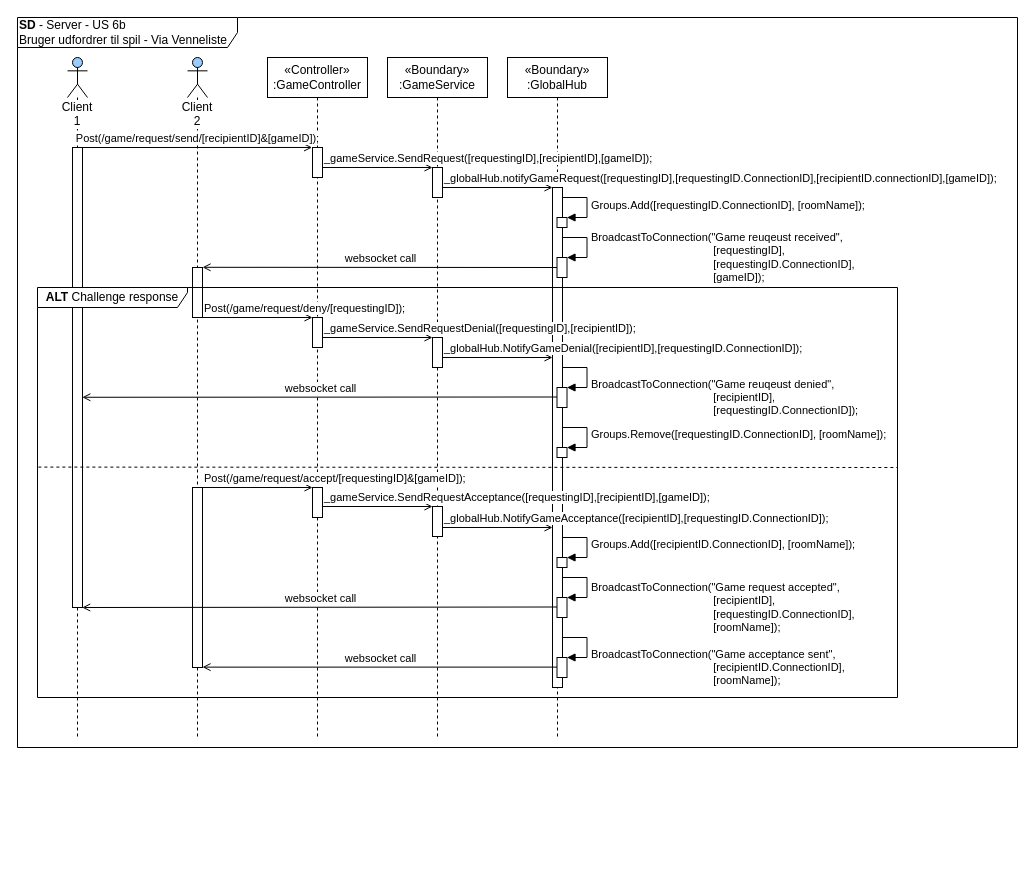
Macradon/I7BAC-PlugNPlay keeps this draw.io diagram as page "SD-Server" (2 of 2) of diagrams/arkitektur/US6b_challenge-friendslist.drawio. Above is the earlier version. Source tidied: cells renumbered, new cells numbered last; positions are measured from the earlier drawing's top-left corner, leaving out a move shared by most shapes. Both pictures are drawn from the tidied source at 100%, with x=0, y=0 at pixel (17, 17).
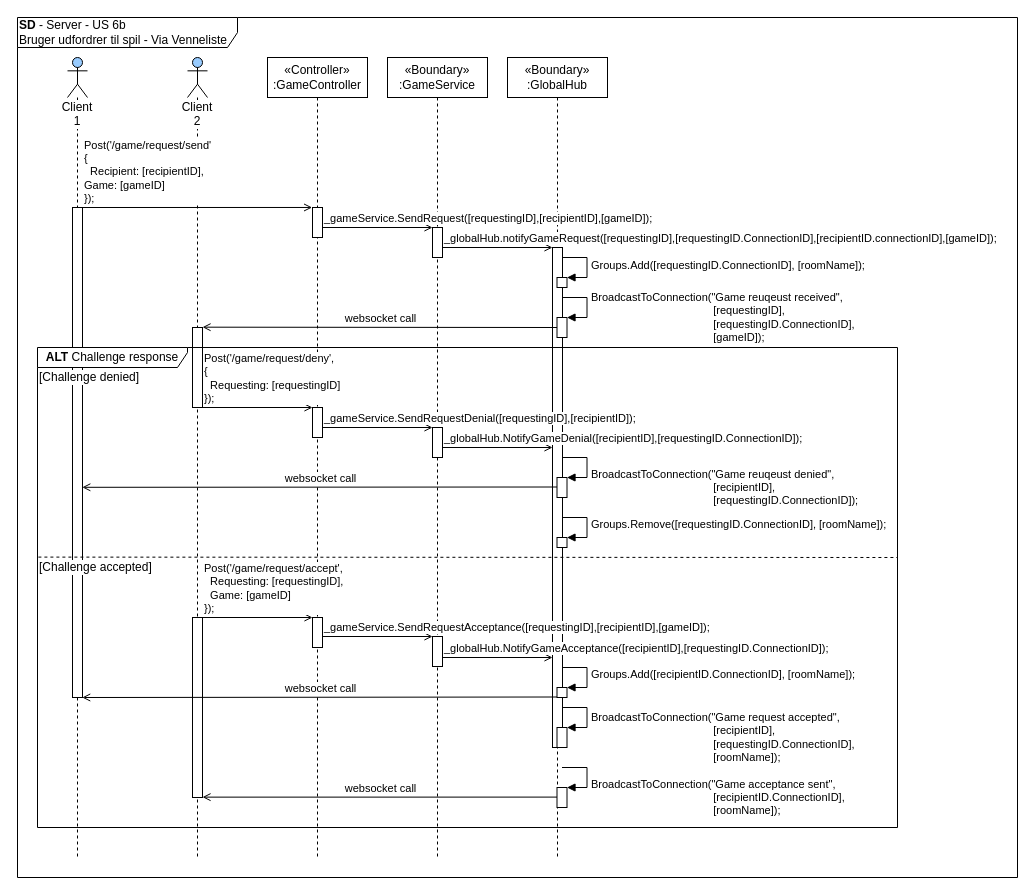
Above is the later version.

What changed in the source:
```diff
@@
     <mxCell id="2" value="&lt;b&gt;SD&lt;/b&gt;&amp;nbsp;- Server&amp;nbsp;- US 6b&lt;br&gt;Bruger udfordrer til spil - Via Venneliste" style="shape=umlFrame;whiteSpace=wrap;html=1;labelBackgroundColor=#ffffff;align=left;width=220;height=30;" parent="1" vertex="1">
-      <mxGeometry width="1000" height="730" as="geometry" />
+      <mxGeometry width="1000" height="860" as="geometry" />
     </mxCell>
     <mxCell id="3" value="Client 1" style="shape=umlLifeline;participant=umlActor;perimeter=lifelinePerimeter;whiteSpace=wrap;html=1;verticalAlign=top;spacingTop=36;labelBackgroundColor=#ffffff;fillColor=#99CCFF;" parent="1" vertex="1">
-      <mxGeometry x="50" y="40" width="20" height="680" as="geometry" />
+      <mxGeometry x="50" y="40" width="20" height="800" as="geometry" />
     </mxCell>
     <mxCell id="4" value="Client 2" style="shape=umlLifeline;participant=umlActor;perimeter=lifelinePerimeter;whiteSpace=wrap;html=1;verticalAlign=top;spacingTop=36;labelBackgroundColor=#ffffff;fillColor=#99CCFF;" parent="1" vertex="1">
-      <mxGeometry x="170" y="40" width="20" height="680" as="geometry" />
+      <mxGeometry x="170" y="40" width="20" height="800" as="geometry" />
     </mxCell>
     <mxCell id="5" value="«Controller»&lt;br&gt;:GameController" style="shape=umlLifeline;perimeter=lifelinePerimeter;whiteSpace=wrap;html=1;labelBackgroundColor=#ffffff;" parent="1" vertex="1">
-      <mxGeometry x="250" y="40" width="100" height="680" as="geometry" />
+      <mxGeometry x="250" y="40" width="100" height="800" as="geometry" />
     </mxCell>
     <mxCell id="6" value="«Boundary»&lt;br&gt;:GameService" style="shape=umlLifeline;perimeter=lifelinePerimeter;whiteSpace=wrap;html=1;labelBackgroundColor=#ffffff;" parent="1" vertex="1">
-      <mxGeometry x="370" y="40" width="100" height="680" as="geometry" />
+      <mxGeometry x="370" y="40" width="100" height="800" as="geometry" />
     </mxCell>
     <mxCell id="7" value="«Boundary»&lt;br&gt;:GlobalHub" style="shape=umlLifeline;perimeter=lifelinePerimeter;whiteSpace=wrap;html=1;labelBackgroundColor=#ffffff;" parent="1" vertex="1">
-      <mxGeometry x="490" y="40" width="100" height="680" as="geometry" />
+      <mxGeometry x="490" y="40" width="100" height="800" as="geometry" />
     </mxCell>
-    <mxCell id="8" value="Post(/game/request/send/[recipientID]&amp;amp;[gameID]);" style="html=1;verticalAlign=bottom;endArrow=open;endFill=0;entryX=-0.037;entryY=-0.001;entryDx=0;entryDy=0;entryPerimeter=0;" parent="1" edge="1" target="31">
-      <mxGeometry relative="1" as="geometry">
-        <mxPoint x="65" y="130" as="sourcePoint" />
+    <mxCell id="8" value="Post('/game/request/send'&lt;br&gt;{&lt;br&gt;&amp;nbsp; Recipient: [recipientID],&lt;br&gt;Game: [gameID]&lt;br&gt;});" style="html=1;verticalAlign=bottom;endArrow=open;endFill=0;entryX=-0.037;entryY=-0.001;entryDx=0;entryDy=0;entryPerimeter=0;align=left;" parent="1" edge="1" target="31">
+      <mxGeometry x="-1" relative="1" as="geometry">
+        <mxPoint x="65" y="190" as="sourcePoint" />
       </mxGeometry>
     </mxCell>
     <mxCell id="9" value="_gameService.SendRequest([requestingID],[recipientID],[gameID]);" style="html=1;verticalAlign=bottom;endArrow=open;endFill=0;align=left;" parent="1" edge="1">
       <mxGeometry x="-1" relative="1" as="geometry">
-        <mxPoint x="305" y="150" as="sourcePoint" />
-        <mxPoint x="415" y="150" as="targetPoint" />
+        <mxPoint x="305" y="210" as="sourcePoint" />
+        <mxPoint x="415" y="210" as="targetPoint" />
       </mxGeometry>
     </mxCell>
     <mxCell id="10" value="_globalHub.notifyGameRequest([requestingID],[requestingID.ConnectionID],[recipientID.connectionID],[gameID]);" style="html=1;verticalAlign=bottom;endArrow=open;endFill=0;align=left;" parent="1" edge="1">
       <mxGeometry x="-1" relative="1" as="geometry">
-        <mxPoint x="425" y="170" as="sourcePoint" />
-        <mxPoint x="535" y="170" as="targetPoint" />
+        <mxPoint x="425" y="230" as="sourcePoint" />
+        <mxPoint x="535" y="230" as="targetPoint" />
       </mxGeometry>
     </mxCell>
-    <mxCell id="11" value="Post(/game/request/deny/[requestingID]);" style="html=1;verticalAlign=bottom;endArrow=open;endFill=0;align=left;" parent="1" edge="1">
+    <mxCell id="11" value="Post('/game/request/deny',&lt;br&gt;{&lt;br&gt;&amp;nbsp; Requesting: [requestingID]&lt;br&gt;});" style="html=1;verticalAlign=bottom;endArrow=open;endFill=0;align=left;" parent="1" edge="1">
       <mxGeometry x="-1" relative="1" as="geometry">
-        <mxPoint x="185" y="300" as="sourcePoint" />
-        <mxPoint x="295" y="300" as="targetPoint" />
+        <mxPoint x="185" y="390" as="sourcePoint" />
+        <mxPoint x="295" y="390" as="targetPoint" />
       </mxGeometry>
     </mxCell>
-    <mxCell id="12" value="Post(/game/request/accept/[requestingID]&amp;amp;[gameID]);" style="html=1;verticalAlign=bottom;endArrow=open;endFill=0;align=left;" parent="1" edge="1">
+    <mxCell id="12" value="Post('/game/request/accept',&lt;br&gt;&amp;nbsp; Requesting: [requestingID],&lt;br&gt;&amp;nbsp; Game: [gameID]&lt;br&gt;});" style="html=1;verticalAlign=bottom;endArrow=open;endFill=0;align=left;" parent="1" edge="1">
       <mxGeometry x="-1" relative="1" as="geometry">
-        <mxPoint x="185" y="470" as="sourcePoint" />
-        <mxPoint x="295" y="470" as="targetPoint" />
+        <mxPoint x="185" y="600" as="sourcePoint" />
+        <mxPoint x="295" y="600" as="targetPoint" />
       </mxGeometry>
     </mxCell>
     <mxCell id="13" value="Groups.Add([requestingID.ConnectionID], [roomName]);" style="edgeStyle=orthogonalEdgeStyle;html=1;align=left;spacingLeft=2;endArrow=block;rounded=0;entryX=1;entryY=0;" parent="1" edge="1" target="21">
       <mxGeometry relative="1" as="geometry">
-        <mxPoint x="544.5" y="180" as="sourcePoint" />
+        <mxPoint x="544.5" y="240" as="sourcePoint" />
         <Array as="points">
-          <mxPoint x="569.5" y="180" />
+          <mxPoint x="569.5" y="240" />
         </Array>
       </mxGeometry>
     </mxCell>
     <mxCell id="14" style="html=1;perimeter=orthogonalPerimeter;labelBackgroundColor=#ffffff;" parent="1" vertex="1">
-      <mxGeometry x="535" y="170" width="10" height="500" as="geometry" />
+      <mxGeometry x="535" y="230" width="10" height="500" as="geometry" />
     </mxCell>
     <mxCell id="15" style="html=1;points=[];perimeter=orthogonalPerimeter;labelBackgroundColor=#ffffff;" parent="1" vertex="1">
-      <mxGeometry x="539.5" y="240" width="10" height="20" as="geometry" />
+      <mxGeometry x="539.5" y="300" width="10" height="20" as="geometry" />
     </mxCell>
     <mxCell id="16" value="BroadcastToConnection(&quot;Game reuqeust received&quot;,&lt;br&gt;&amp;nbsp; &amp;nbsp; &amp;nbsp; &amp;nbsp; &amp;nbsp; &amp;nbsp; &amp;nbsp; &amp;nbsp; &amp;nbsp; &amp;nbsp; &amp;nbsp; &amp;nbsp; &amp;nbsp; &amp;nbsp; &amp;nbsp; &amp;nbsp; &amp;nbsp; &amp;nbsp; &amp;nbsp; &amp;nbsp; [requestingID],&lt;br&gt;&amp;nbsp; &amp;nbsp; &amp;nbsp; &amp;nbsp; &amp;nbsp; &amp;nbsp; &amp;nbsp; &amp;nbsp; &amp;nbsp; &amp;nbsp; &amp;nbsp; &amp;nbsp; &amp;nbsp; &amp;nbsp; &amp;nbsp; &amp;nbsp; &amp;nbsp; &amp;nbsp; &amp;nbsp; &amp;nbsp; [requestingID.ConnectionID],&lt;br&gt;&amp;nbsp; &amp;nbsp; &amp;nbsp; &amp;nbsp; &amp;nbsp; &amp;nbsp; &amp;nbsp; &amp;nbsp; &amp;nbsp; &amp;nbsp; &amp;nbsp; &amp;nbsp; &amp;nbsp; &amp;nbsp; &amp;nbsp; &amp;nbsp; &amp;nbsp; &amp;nbsp; &amp;nbsp; &amp;nbsp; [gameID]);" style="edgeStyle=orthogonalEdgeStyle;html=1;align=left;spacingLeft=2;endArrow=block;rounded=0;entryX=1;entryY=0;" parent="1" edge="1" target="15">
       <mxGeometry x="0.38" relative="1" as="geometry">
-        <mxPoint x="544.5" y="220" as="sourcePoint" />
+        <mxPoint x="544.5" y="280" as="sourcePoint" />
         <Array as="points">
-          <mxPoint x="569.5" y="220" />
+          <mxPoint x="569.5" y="280" />
         </Array>
       </mxGeometry>
     </mxCell>
     <mxCell id="17" style="html=1;points=[];perimeter=orthogonalPerimeter;labelBackgroundColor=#ffffff;" parent="1" vertex="1">
-      <mxGeometry x="539.5" y="370" width="10" height="20" as="geometry" />
+      <mxGeometry x="539.5" y="460" width="10" height="20" as="geometry" />
     </mxCell>
     <mxCell id="18" value="BroadcastToConnection(&quot;Game reuqeust denied&quot;,&lt;br&gt;&amp;nbsp; &amp;nbsp; &amp;nbsp; &amp;nbsp; &amp;nbsp; &amp;nbsp; &amp;nbsp; &amp;nbsp; &amp;nbsp; &amp;nbsp; &amp;nbsp; &amp;nbsp; &amp;nbsp; &amp;nbsp; &amp;nbsp; &amp;nbsp; &amp;nbsp; &amp;nbsp; &amp;nbsp; &amp;nbsp; [recipientID],&lt;br&gt;&amp;nbsp; &amp;nbsp; &amp;nbsp; &amp;nbsp; &amp;nbsp; &amp;nbsp; &amp;nbsp; &amp;nbsp; &amp;nbsp; &amp;nbsp; &amp;nbsp; &amp;nbsp; &amp;nbsp; &amp;nbsp; &amp;nbsp; &amp;nbsp; &amp;nbsp; &amp;nbsp; &amp;nbsp; &amp;nbsp; [requestingID.ConnectionID]);" style="edgeStyle=orthogonalEdgeStyle;html=1;align=left;spacingLeft=2;endArrow=block;rounded=0;entryX=1;entryY=0;" parent="1" edge="1" target="17">
       <mxGeometry x="0.38" y="10" relative="1" as="geometry">
-        <mxPoint x="544.5" y="350" as="sourcePoint" />
+        <mxPoint x="544.5" y="440" as="sourcePoint" />
         <Array as="points">
-          <mxPoint x="569.5" y="350" />
+          <mxPoint x="569.5" y="440" />
         </Array>
       </mxGeometry>
     </mxCell>
     <mxCell id="19" style="html=1;points=[];perimeter=orthogonalPerimeter;labelBackgroundColor=#ffffff;" parent="1" vertex="1">
-      <mxGeometry x="539.5" y="580" width="10" height="20" as="geometry" />
+      <mxGeometry x="539.5" y="710" width="10" height="20" as="geometry" />
     </mxCell>
     <mxCell id="20" value="BroadcastToConnection(&quot;Game request accepted&quot;,&lt;br&gt;&amp;nbsp; &amp;nbsp; &amp;nbsp; &amp;nbsp; &amp;nbsp; &amp;nbsp; &amp;nbsp; &amp;nbsp; &amp;nbsp; &amp;nbsp; &amp;nbsp; &amp;nbsp; &amp;nbsp; &amp;nbsp; &amp;nbsp; &amp;nbsp; &amp;nbsp; &amp;nbsp; &amp;nbsp; &amp;nbsp; [recipientID],&lt;br&gt;&amp;nbsp; &amp;nbsp; &amp;nbsp; &amp;nbsp; &amp;nbsp; &amp;nbsp; &amp;nbsp; &amp;nbsp; &amp;nbsp; &amp;nbsp; &amp;nbsp; &amp;nbsp; &amp;nbsp; &amp;nbsp; &amp;nbsp; &amp;nbsp; &amp;nbsp; &amp;nbsp; &amp;nbsp; &amp;nbsp; [requestingID.ConnectionID],&lt;br&gt;&amp;nbsp; &amp;nbsp; &amp;nbsp; &amp;nbsp; &amp;nbsp; &amp;nbsp; &amp;nbsp; &amp;nbsp; &amp;nbsp; &amp;nbsp; &amp;nbsp; &amp;nbsp; &amp;nbsp; &amp;nbsp; &amp;nbsp; &amp;nbsp; &amp;nbsp; &amp;nbsp; &amp;nbsp; &amp;nbsp; [roomName]);" style="edgeStyle=orthogonalEdgeStyle;html=1;align=left;spacingLeft=2;endArrow=block;rounded=0;entryX=1;entryY=0;" parent="1" edge="1" target="19">
       <mxGeometry x="0.38" y="10" relative="1" as="geometry">
-        <mxPoint x="544.5" y="560" as="sourcePoint" />
+        <mxPoint x="544.5" y="690" as="sourcePoint" />
         <Array as="points">
-          <mxPoint x="569.5" y="560" />
+          <mxPoint x="569.5" y="690" />
         </Array>
       </mxGeometry>
     </mxCell>
     <mxCell id="21" style="html=1;points=[];perimeter=orthogonalPerimeter;labelBackgroundColor=#ffffff;" parent="1" vertex="1">
-      <mxGeometry x="539.5" y="200" width="10" height="10" as="geometry" />
+      <mxGeometry x="539.5" y="260" width="10" height="10" as="geometry" />
     </mxCell>
     <mxCell id="22" style="html=1;points=[];perimeter=orthogonalPerimeter;labelBackgroundColor=#ffffff;" parent="1" vertex="1">
-      <mxGeometry x="539.5" y="430" width="10" height="10" as="geometry" />
+      <mxGeometry x="539.5" y="520" width="10" height="10" as="geometry" />
     </mxCell>
     <mxCell id="23" value="Groups.Remove([requestingID.ConnectionID], [roomName]);" style="edgeStyle=orthogonalEdgeStyle;html=1;align=left;spacingLeft=2;endArrow=block;rounded=0;entryX=1;entryY=0;" parent="1" edge="1" target="22">
       <mxGeometry relative="1" as="geometry">
-        <mxPoint x="544.6" y="410" as="sourcePoint" />
+        <mxPoint x="544.6" y="500" as="sourcePoint" />
         <Array as="points">
-          <mxPoint x="569.5" y="410" />
+          <mxPoint x="569.5" y="500" />
         </Array>
       </mxGeometry>
     </mxCell>
     <mxCell id="24" style="html=1;points=[];perimeter=orthogonalPerimeter;labelBackgroundColor=#ffffff;" parent="1" vertex="1">
-      <mxGeometry x="539.5" y="540" width="10" height="10" as="geometry" />
+      <mxGeometry x="539.5" y="670" width="10" height="10" as="geometry" />
     </mxCell>
     <mxCell id="25" value="Groups.Add([recipientID.ConnectionID], [roomName]);" style="edgeStyle=orthogonalEdgeStyle;html=1;align=left;spacingLeft=2;endArrow=block;rounded=0;entryX=1;entryY=0;" parent="1" edge="1" target="24">
       <mxGeometry relative="1" as="geometry">
-        <mxPoint x="544.6" y="520" as="sourcePoint" />
+        <mxPoint x="544.6" y="650" as="sourcePoint" />
         <Array as="points">
-          <mxPoint x="569.5" y="520" />
+          <mxPoint x="569.5" y="650" />
         </Array>
       </mxGeometry>
     </mxCell>
     <mxCell id="26" style="html=1;points=[];perimeter=orthogonalPerimeter;labelBackgroundColor=#ffffff;" parent="1" vertex="1">
-      <mxGeometry x="539.5" y="640" width="10" height="20" as="geometry" />
+      <mxGeometry x="539.5" y="770" width="10" height="20" as="geometry" />
     </mxCell>
     <mxCell id="27" value="BroadcastToConnection(&quot;Game acceptance sent&quot;,&lt;br&gt;&amp;nbsp; &amp;nbsp; &amp;nbsp; &amp;nbsp; &amp;nbsp; &amp;nbsp; &amp;nbsp; &amp;nbsp; &amp;nbsp; &amp;nbsp; &amp;nbsp; &amp;nbsp; &amp;nbsp; &amp;nbsp; &amp;nbsp; &amp;nbsp; &amp;nbsp; &amp;nbsp; &amp;nbsp; &amp;nbsp; [recipientID.ConnectionID],&lt;br&gt;&amp;nbsp; &amp;nbsp; &amp;nbsp; &amp;nbsp; &amp;nbsp; &amp;nbsp; &amp;nbsp; &amp;nbsp; &amp;nbsp; &amp;nbsp; &amp;nbsp; &amp;nbsp; &amp;nbsp; &amp;nbsp; &amp;nbsp; &amp;nbsp; &amp;nbsp; &amp;nbsp; &amp;nbsp; &amp;nbsp; [roomName]);" style="edgeStyle=orthogonalEdgeStyle;html=1;align=left;spacingLeft=2;endArrow=block;rounded=0;entryX=1;entryY=0;" parent="1" edge="1" target="26">
       <mxGeometry x="0.38" y="10" relative="1" as="geometry">
-        <mxPoint x="544.5" y="620" as="sourcePoint" />
+        <mxPoint x="544.5" y="750" as="sourcePoint" />
         <Array as="points">
-          <mxPoint x="569.5" y="620" />
+          <mxPoint x="569.5" y="750" />
         </Array>
       </mxGeometry>
     </mxCell>
     <mxCell id="28" style="html=1;perimeter=orthogonalPerimeter;labelBackgroundColor=#ffffff;" parent="1" vertex="1">
-      <mxGeometry x="415" y="150" width="10" height="30" as="geometry" />
+      <mxGeometry x="415" y="210" width="10" height="30" as="geometry" />
     </mxCell>
     <mxCell id="29" style="html=1;perimeter=orthogonalPerimeter;labelBackgroundColor=#ffffff;" parent="1" vertex="1">
-      <mxGeometry x="415" y="320" width="10" height="30" as="geometry" />
+      <mxGeometry x="415" y="410" width="10" height="30" as="geometry" />
     </mxCell>
     <mxCell id="30" style="html=1;perimeter=orthogonalPerimeter;labelBackgroundColor=#ffffff;" parent="1" vertex="1">
-      <mxGeometry x="415" y="489" width="10" height="30" as="geometry" />
+      <mxGeometry x="415" y="619" width="10" height="30" as="geometry" />
     </mxCell>
     <mxCell id="31" style="html=1;points=[];perimeter=orthogonalPerimeter;labelBackgroundColor=#ffffff;" parent="1" vertex="1">
-      <mxGeometry x="295" y="130" width="10" height="30" as="geometry" />
+      <mxGeometry x="295" y="190" width="10" height="30" as="geometry" />
     </mxCell>
     <mxCell id="32" style="html=1;perimeter=orthogonalPerimeter;labelBackgroundColor=#ffffff;" parent="1" vertex="1">
-      <mxGeometry x="295" y="300" width="10" height="30" as="geometry" />
+      <mxGeometry x="295" y="390" width="10" height="30" as="geometry" />
     </mxCell>
     <mxCell id="33" style="html=1;perimeter=orthogonalPerimeter;labelBackgroundColor=#ffffff;" parent="1" vertex="1">
-      <mxGeometry x="295" y="470" width="10" height="30" as="geometry" />
+      <mxGeometry x="295" y="600" width="10" height="30" as="geometry" />
     </mxCell>
     <mxCell id="34" style="html=1;points=[];perimeter=orthogonalPerimeter;labelBackgroundColor=#ffffff;" parent="1" vertex="1">
-      <mxGeometry x="175" y="250" width="10" height="50" as="geometry" />
+      <mxGeometry x="175" y="310" width="10" height="80" as="geometry" />
     </mxCell>
     <mxCell id="35" style="html=1;points=[];perimeter=orthogonalPerimeter;labelBackgroundColor=#ffffff;" parent="1" vertex="1">
-      <mxGeometry x="175" y="470" width="10" height="180" as="geometry" />
+      <mxGeometry x="175" y="600" width="10" height="180" as="geometry" />
     </mxCell>
     <mxCell id="36" style="html=1;points=[];perimeter=orthogonalPerimeter;labelBackgroundColor=#ffffff;" parent="1" vertex="1">
-      <mxGeometry x="55" y="130" width="10" height="460" as="geometry" />
+      <mxGeometry x="55" y="190" width="10" height="490" as="geometry" />
     </mxCell>
     <mxCell id="37" value="websocket call" style="html=1;verticalAlign=bottom;endArrow=open;endFill=0;align=center;entryX=1.003;entryY=-0.004;entryDx=0;entryDy=0;entryPerimeter=0;" parent="1" edge="1" target="34">
       <mxGeometry relative="1" as="geometry">
-        <mxPoint x="539.5" y="250" as="sourcePoint" />
+        <mxPoint x="539.5" y="310" as="sourcePoint" />
       </mxGeometry>
     </mxCell>
     <mxCell id="38" value="_globalHub.NotifyGameDenial([recipientID],[requestingID.ConnectionID]);" style="html=1;verticalAlign=bottom;endArrow=open;endFill=0;align=left;" parent="1" edge="1">
       <mxGeometry x="-1" relative="1" as="geometry">
-        <mxPoint x="425" y="340" as="sourcePoint" />
-        <mxPoint x="535" y="340" as="targetPoint" />
+        <mxPoint x="425" y="430" as="sourcePoint" />
+        <mxPoint x="535" y="430" as="targetPoint" />
       </mxGeometry>
     </mxCell>
     <mxCell id="39" value="_gameService.SendRequestDenial([requestingID],[recipientID]);" style="html=1;verticalAlign=bottom;endArrow=open;endFill=0;align=left;" parent="1" edge="1">
       <mxGeometry x="-1" relative="1" as="geometry">
-        <mxPoint x="305" y="320" as="sourcePoint" />
-        <mxPoint x="415" y="320" as="targetPoint" />
+        <mxPoint x="305" y="410" as="sourcePoint" />
+        <mxPoint x="415" y="410" as="targetPoint" />
       </mxGeometry>
     </mxCell>
-    <mxCell id="40" value="websocket call" style="html=1;verticalAlign=bottom;endArrow=open;endFill=0;align=center;entryX=0.983;entryY=0.543;entryDx=0;entryDy=0;entryPerimeter=0;" parent="1" edge="1" target="36">
+    <mxCell id="40" value="websocket call" style="html=1;verticalAlign=bottom;endArrow=open;endFill=0;align=center;entryX=0.983;entryY=0.543;entryDx=0;entryDy=0;entryPerimeter=0;" parent="1" edge="1">
       <mxGeometry relative="1" as="geometry">
-        <mxPoint x="539.5" y="379.5" as="sourcePoint" />
+        <mxPoint x="539.5" y="469.5" as="sourcePoint" />
+        <mxPoint x="64.8" y="469.8" as="targetPoint" />
       </mxGeometry>
     </mxCell>
     <mxCell id="41" value="_globalHub.NotifyGameAcceptance([recipientID],[requestingID.ConnectionID]);" style="html=1;verticalAlign=bottom;endArrow=open;endFill=0;align=left;" parent="1" edge="1">
       <mxGeometry x="-1" relative="1" as="geometry">
-        <mxPoint x="425" y="510" as="sourcePoint" />
-        <mxPoint x="535" y="510" as="targetPoint" />
+        <mxPoint x="425" y="640" as="sourcePoint" />
+        <mxPoint x="535" y="640" as="targetPoint" />
       </mxGeometry>
     </mxCell>
     <mxCell id="42" value="_gameService.SendRequestAcceptance([requestingID],[recipientID],[gameID]);" style="html=1;verticalAlign=bottom;endArrow=open;endFill=0;align=left;" parent="1" edge="1">
       <mxGeometry x="-1" relative="1" as="geometry">
-        <mxPoint x="305" y="489" as="sourcePoint" />
-        <mxPoint x="415" y="489" as="targetPoint" />
+        <mxPoint x="305" y="619" as="sourcePoint" />
+        <mxPoint x="415" y="619" as="targetPoint" />
       </mxGeometry>
     </mxCell>
-    <mxCell id="43" value="websocket call" style="html=1;verticalAlign=bottom;endArrow=open;endFill=0;align=center;entryX=0.967;entryY=1;entryDx=0;entryDy=0;entryPerimeter=0;" parent="1" edge="1" target="36">
+    <mxCell id="43" value="websocket call" style="html=1;verticalAlign=bottom;endArrow=open;endFill=0;align=center;entryX=0.967;entryY=1;entryDx=0;entryDy=0;entryPerimeter=0;" parent="1" edge="1">
       <mxGeometry relative="1" as="geometry">
-        <mxPoint x="539.5" y="589.5" as="sourcePoint" />
+        <mxPoint x="539.5" y="679.5" as="sourcePoint" />
+        <mxPoint x="64.7" y="680" as="targetPoint" />
       </mxGeometry>
     </mxCell>
     <mxCell id="44" value="websocket call" style="html=1;verticalAlign=bottom;endArrow=open;endFill=0;align=center;entryX=1;entryY=0.998;entryDx=0;entryDy=0;entryPerimeter=0;" parent="1" edge="1" target="35">
       <mxGeometry relative="1" as="geometry">
-        <mxPoint x="539.5" y="649.6" as="sourcePoint" />
+        <mxPoint x="539.5" y="779.6" as="sourcePoint" />
       </mxGeometry>
     </mxCell>
+    <mxCell id="46" style="endArrow=none;dashed=1;html=1;align=center;exitX=0.001;exitY=0.438;exitDx=0;exitDy=0;exitPerimeter=0;" parent="1" edge="1">
+      <mxGeometry relative="1" as="geometry">
+        <mxPoint x="20.9" y="539.6" as="sourcePoint" />
+        <mxPoint x="880" y="540" as="targetPoint" />
+      </mxGeometry>
+    </mxCell>
+    <mxCell id="47" value="[Challenge accepted]" style="text;html=1;align=left;verticalAlign=middle;labelBackgroundColor=#ffffff;" parent="1" vertex="1">
+      <mxGeometry x="20" y="540" width="130" height="20" as="geometry" />
+    </mxCell>
+    <mxCell id="48" value="[Challenge denied]" style="text;html=1;align=left;verticalAlign=middle;labelBackgroundColor=#ffffff;" parent="1" vertex="1">
+      <mxGeometry x="20" y="350" width="120" height="20" as="geometry" />
+    </mxCell>
     <mxCell id="45" value="&lt;b&gt;ALT&lt;/b&gt;&amp;nbsp;Challenge response" style="shape=umlFrame;whiteSpace=wrap;html=1;labelBackgroundColor=#ffffff;width=150;height=20;" parent="1" vertex="1">
-      <mxGeometry x="20" y="270" width="860" height="410" as="geometry" />
+      <mxGeometry x="20" y="330" width="860" height="480" as="geometry" />
     </mxCell>
-    <mxCell id="46" style="endArrow=none;dashed=1;html=1;align=center;exitX=0.001;exitY=0.438;exitDx=0;exitDy=0;exitPerimeter=0;" parent="1" edge="1" source="45">
-      <mxGeometry relative="1" as="geometry">
-        <mxPoint x="880" y="450" as="targetPoint" />
-      </mxGeometry>
-    </mxCell>
```
